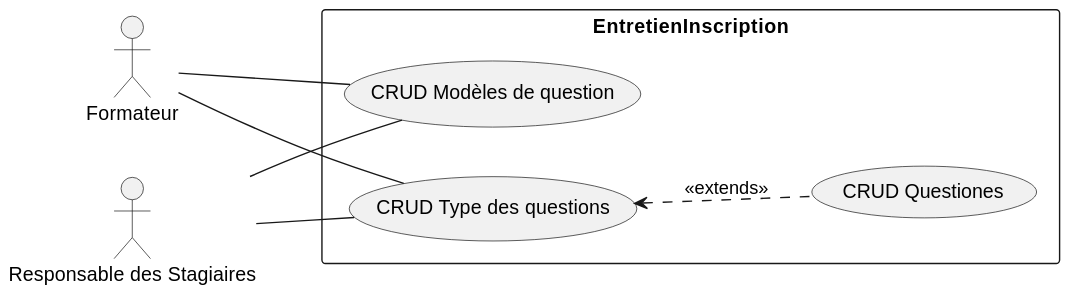
Earlier version of the PlantUML export docs/assets/img/Sprint_2.svg (Suirita/File_rouge).
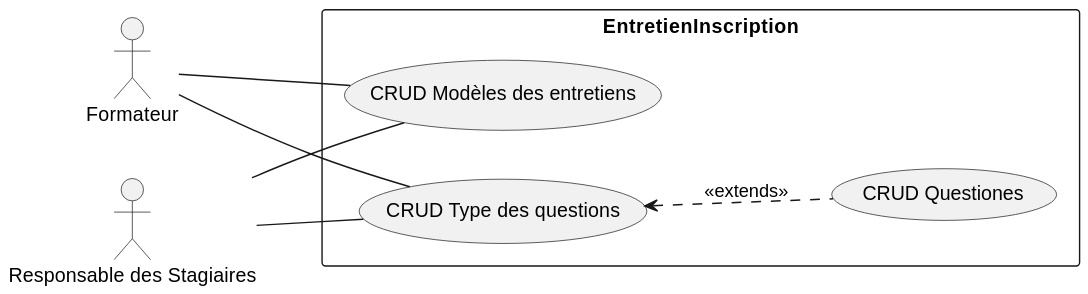
Later version of the same file.

Diff of the diagram source:
```diff
@@ -3,7 +3,7 @@
 actor "Formateur" as fr
 actor "Responsable des Stagiaires" as rs
 rectangle EntretienInscription {
-  usecase "CRUD Modèles de question" as UC1
+  usecase "CRUD Modèles des entretiens" as UC1
   usecase "CRUD Type des questions" as UC2
   usecase "CRUD Questiones" as UC3
 }
```
